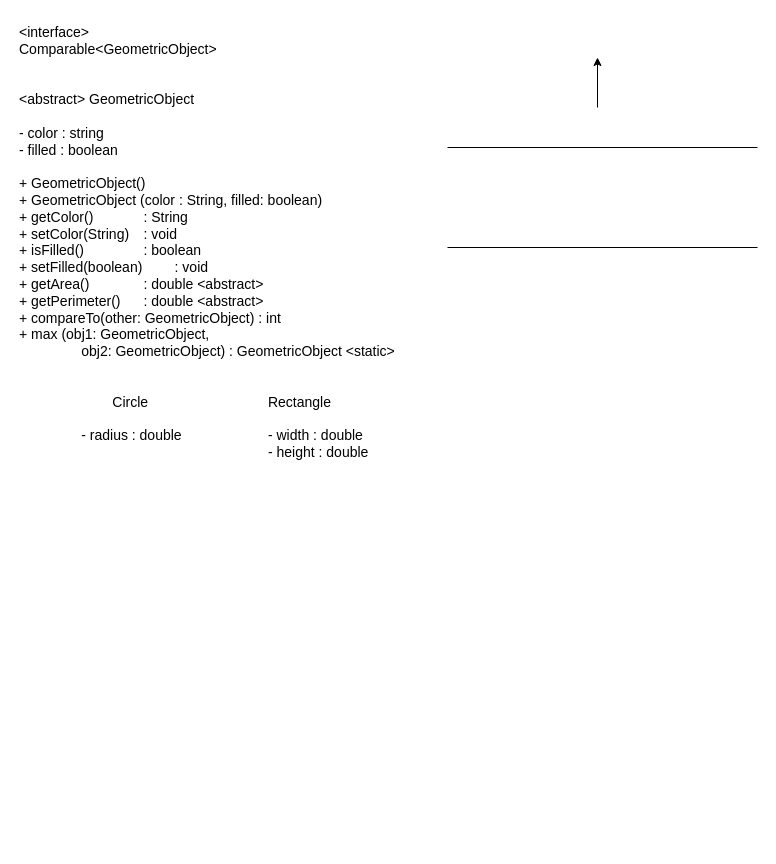
The draw.io diagram Exdercise13_5_UML.drawio in TulayTech/Module_3_Programming_Assignment_2, before the edit. Source tidied: cells renumbered, new cells numbered last; positions are measured from the earlier drawing's top-left corner, leaving out a move shared by most shapes. Both pictures are drawn from the tidied source at 100%, with x=0, y=0 at pixel (17, 17).
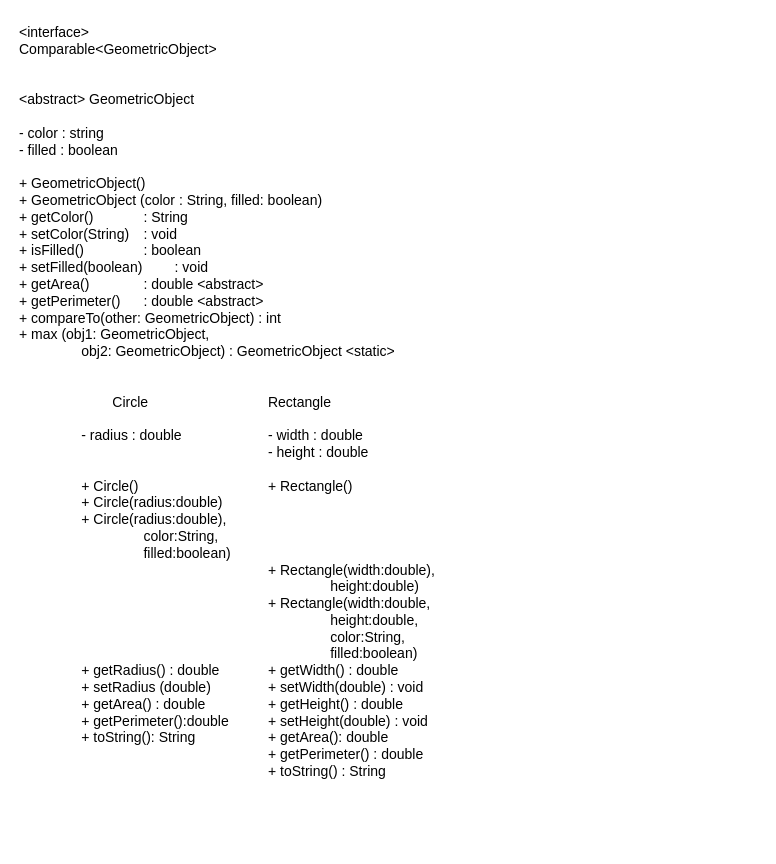
The same page after the edit.

Diff of the diagram source:
```diff
@@
 <mxGraphModel>
   <root>
     <mxCell id="0" />
     <mxCell id="1" parent="0" />
-    <mxCell id="2" value="&amp;lt;interface&amp;gt;&lt;div&gt;Comparable&amp;lt;GeometricObject&amp;gt;&lt;/div&gt;&lt;div&gt;&lt;br&gt;&lt;/div&gt;&lt;div&gt;&lt;br&gt;&lt;/div&gt;&lt;div&gt;&amp;lt;abstract&amp;gt; GeometricObject&lt;/div&gt;&lt;div&gt;&lt;br&gt;&lt;/div&gt;&lt;div&gt;- color : string&lt;/div&gt;&lt;div&gt;- filled : boolean&lt;/div&gt;&lt;div&gt;&lt;br&gt;&lt;/div&gt;&lt;div&gt;+ GeometricObject()&lt;/div&gt;&lt;div&gt;+ GeometricObject (color : String, filled: boolean)&lt;/div&gt;&lt;div&gt;+ getColor()&lt;span style=&quot;white-space: pre;&quot;&gt;&#9;&lt;/span&gt;&lt;span style=&quot;white-space: pre;&quot;&gt;&#9;&lt;/span&gt;: String&lt;/div&gt;&lt;div&gt;+ setColor(String)&lt;span style=&quot;white-space: pre;&quot;&gt;&#9;&lt;/span&gt;: void&lt;/div&gt;&lt;div&gt;+ isFilled()&lt;span style=&quot;white-space: pre;&quot;&gt;&#9;&lt;/span&gt;&lt;span style=&quot;white-space: pre;&quot;&gt;&#9;&lt;/span&gt;: boolean&lt;/div&gt;&lt;div&gt;+ setFilled(boolean)&lt;span style=&quot;white-space: pre;&quot;&gt;&#9;&lt;/span&gt;: void&lt;/div&gt;&lt;div&gt;+ getArea()&lt;span style=&quot;white-space: pre;&quot;&gt;&#9;&lt;/span&gt;&lt;span style=&quot;white-space: pre;&quot;&gt;&#9;&lt;/span&gt;: double &amp;lt;abstract&amp;gt;&lt;/div&gt;&lt;div&gt;+ getPerimeter()&lt;span style=&quot;white-space: pre;&quot;&gt;&#9;&lt;/span&gt;: double &amp;lt;abstract&amp;gt;&lt;/div&gt;&lt;div&gt;+ compareTo(other: GeometricObject) : int&lt;/div&gt;&lt;div&gt;+ max (obj1: GeometricObject,&lt;/div&gt;&lt;div&gt;&lt;span style=&quot;white-space: pre;&quot;&gt;&#9;&lt;/span&gt;&lt;span style=&quot;white-space: pre;&quot;&gt;&#9;&lt;/span&gt;obj2: GeometricObject) : GeometricObject &amp;lt;static&amp;gt;&lt;/div&gt;&lt;div&gt;&lt;br&gt;&lt;/div&gt;&lt;div&gt;&lt;br&gt;&lt;/div&gt;&lt;div&gt;&lt;span style=&quot;white-space: pre;&quot;&gt;&#9;&lt;span style=&quot;white-space: pre;&quot;&gt;&#9;&lt;/span&gt;&lt;span style=&quot;white-space: pre;&quot;&gt;&#9;&lt;/span&gt;Circle&lt;span style=&quot;white-space: pre;&quot;&gt;&#9;&lt;/span&gt;&lt;span style=&quot;white-space: pre;&quot;&gt;&#9;&lt;/span&gt;&lt;span style=&quot;white-space: pre;&quot;&gt;&#9;&lt;/span&gt;&lt;span style=&quot;white-space: pre;&quot;&gt;&#9;&lt;/span&gt;Rectangle&lt;/span&gt;&lt;/div&gt;&lt;div&gt;&lt;br&gt;&lt;/div&gt;&lt;div&gt;&lt;span style=&quot;white-space: pre;&quot;&gt;&#9;&lt;/span&gt;&lt;span style=&quot;white-space: pre;&quot;&gt;&#9;&lt;/span&gt;- radius : double&lt;span style=&quot;white-space: pre;&quot;&gt;&#9;&lt;/span&gt;&lt;span style=&quot;white-space: pre;&quot;&gt;&#9;&lt;/span&gt;&lt;span style=&quot;white-space: pre;&quot;&gt;&#9;&lt;/span&gt;- width : double&lt;/div&gt;&lt;div&gt;&lt;span style=&quot;white-space: pre;&quot;&gt;&#9;&lt;/span&gt;&lt;span style=&quot;white-space: pre;&quot;&gt;&#9;&lt;/span&gt;&lt;span style=&quot;white-space: pre;&quot;&gt;&#9;&lt;/span&gt;&lt;span style=&quot;white-space: pre;&quot;&gt;&#9;&lt;/span&gt;&lt;span style=&quot;white-space: pre;&quot;&gt;&#9;&lt;/span&gt;&lt;span style=&quot;white-space: pre;&quot;&gt;&#9;&lt;/span&gt;&lt;span style=&quot;white-space: pre;&quot;&gt;&#9;&lt;/span&gt;&lt;span style=&quot;white-space: pre;&quot;&gt;&#9;&lt;/span&gt;- height : double&lt;span style=&quot;white-space: pre;&quot;&gt;&#9;&lt;/span&gt;&lt;/div&gt;&lt;div&gt;&lt;br&gt;&lt;/div&gt;&lt;div&gt;&amp;nbsp;&lt;br&gt;&lt;/div&gt;&lt;div&gt;&lt;br&gt;&lt;/div&gt;&lt;div&gt;&lt;br&gt;&lt;/div&gt;" style="text;html=1;whiteSpace=wrap;strokeColor=none;fillColor=none;align=left;verticalAlign=top;rounded=0;fontSize=14;" parent="1" vertex="1">
+    <mxCell id="2" value="&amp;lt;interface&amp;gt;&lt;div&gt;Comparable&amp;lt;GeometricObject&amp;gt;&lt;/div&gt;&lt;div&gt;&lt;br&gt;&lt;/div&gt;&lt;div&gt;&lt;br&gt;&lt;/div&gt;&lt;div&gt;&amp;lt;abstract&amp;gt; GeometricObject&lt;/div&gt;&lt;div&gt;&lt;br&gt;&lt;/div&gt;&lt;div&gt;- color : string&lt;/div&gt;&lt;div&gt;- filled : boolean&lt;/div&gt;&lt;div&gt;&lt;br&gt;&lt;/div&gt;&lt;div&gt;+ GeometricObject()&lt;/div&gt;&lt;div&gt;+ GeometricObject (color : String, filled: boolean)&lt;/div&gt;&lt;div&gt;+ getColor()&lt;span style=&quot;white-space: pre;&quot;&gt;&#9;&lt;/span&gt;&lt;span style=&quot;white-space: pre;&quot;&gt;&#9;&lt;/span&gt;: String&lt;/div&gt;&lt;div&gt;+ setColor(String)&lt;span style=&quot;white-space: pre;&quot;&gt;&#9;&lt;/span&gt;: void&lt;/div&gt;&lt;div&gt;+ isFilled()&lt;span style=&quot;white-space: pre;&quot;&gt;&#9;&lt;/span&gt;&lt;span style=&quot;white-space: pre;&quot;&gt;&#9;&lt;/span&gt;: boolean&lt;/div&gt;&lt;div&gt;+ setFilled(boolean)&lt;span style=&quot;white-space: pre;&quot;&gt;&#9;&lt;/span&gt;: void&lt;/div&gt;&lt;div&gt;+ getArea()&lt;span style=&quot;white-space: pre;&quot;&gt;&#9;&lt;/span&gt;&lt;span style=&quot;white-space: pre;&quot;&gt;&#9;&lt;/span&gt;: double &amp;lt;abstract&amp;gt;&lt;/div&gt;&lt;div&gt;+ getPerimeter()&lt;span style=&quot;white-space: pre;&quot;&gt;&#9;&lt;/span&gt;: double &amp;lt;abstract&amp;gt;&lt;/div&gt;&lt;div&gt;+ compareTo(other: GeometricObject) : int&lt;/div&gt;&lt;div&gt;+ max (obj1: GeometricObject,&lt;/div&gt;&lt;div&gt;&lt;span style=&quot;white-space: pre;&quot;&gt;&#9;&lt;/span&gt;&lt;span style=&quot;white-space: pre;&quot;&gt;&#9;&lt;/span&gt;obj2: GeometricObject) : GeometricObject &amp;lt;static&amp;gt;&lt;/div&gt;&lt;div&gt;&lt;br&gt;&lt;/div&gt;&lt;div&gt;&lt;br&gt;&lt;/div&gt;&lt;div&gt;&lt;span style=&quot;white-space: pre;&quot;&gt;&#9;&lt;span style=&quot;white-space: pre;&quot;&gt;&#9;&lt;/span&gt;&lt;span style=&quot;white-space: pre;&quot;&gt;&#9;&lt;/span&gt;Circle&lt;span style=&quot;white-space: pre;&quot;&gt;&#9;&lt;/span&gt;&lt;span style=&quot;white-space: pre;&quot;&gt;&#9;&lt;/span&gt;&lt;span style=&quot;white-space: pre;&quot;&gt;&#9;&lt;/span&gt;&lt;span style=&quot;white-space: pre;&quot;&gt;&#9;&lt;/span&gt;Rectangle&lt;/span&gt;&lt;/div&gt;&lt;div&gt;&lt;br&gt;&lt;/div&gt;&lt;div&gt;&lt;span style=&quot;white-space: pre;&quot;&gt;&#9;&lt;/span&gt;&lt;span style=&quot;white-space: pre;&quot;&gt;&#9;&lt;/span&gt;- radius : double&lt;span style=&quot;white-space: pre;&quot;&gt;&#9;&lt;/span&gt;&lt;span style=&quot;white-space: pre;&quot;&gt;&#9;&lt;/span&gt;&lt;span style=&quot;white-space: pre;&quot;&gt;&#9;&lt;/span&gt;- width : double&lt;/div&gt;&lt;div&gt;&lt;span style=&quot;white-space: pre;&quot;&gt;&#9;&lt;/span&gt;&lt;span style=&quot;white-space: pre;&quot;&gt;&#9;&lt;/span&gt;&lt;span style=&quot;white-space: pre;&quot;&gt;&#9;&lt;/span&gt;&lt;span style=&quot;white-space: pre;&quot;&gt;&#9;&lt;/span&gt;&lt;span style=&quot;white-space: pre;&quot;&gt;&#9;&lt;/span&gt;&lt;span style=&quot;white-space: pre;&quot;&gt;&#9;&lt;/span&gt;&lt;span style=&quot;white-space: pre;&quot;&gt;&#9;&lt;/span&gt;&lt;span style=&quot;white-space: pre;&quot;&gt;&#9;&lt;/span&gt;- height : double&lt;span style=&quot;white-space: pre;&quot;&gt;&#9;&lt;/span&gt;&lt;/div&gt;&lt;div&gt;&lt;br&gt;&lt;/div&gt;&lt;div&gt;&amp;nbsp;&lt;span style=&quot;white-space: pre;&quot;&gt;&#9;&lt;/span&gt;&lt;span style=&quot;white-space: pre;&quot;&gt;&#9;&lt;/span&gt;+ Circle()&lt;span style=&quot;white-space: pre;&quot;&gt;&#9;&lt;/span&gt;&lt;span style=&quot;white-space: pre;&quot;&gt;&#9;&lt;/span&gt;&lt;span style=&quot;white-space: pre;&quot;&gt;&#9;&lt;/span&gt;&lt;span style=&quot;white-space: pre;&quot;&gt;&#9;&lt;/span&gt;&lt;span style=&quot;white-space: pre;&quot;&gt;&#9;&lt;/span&gt;+ Rectangle()&lt;br&gt;&lt;/div&gt;&lt;div&gt;&lt;span style=&quot;white-space: pre;&quot;&gt;&#9;&lt;/span&gt;&lt;span style=&quot;white-space: pre;&quot;&gt;&#9;&lt;/span&gt;+ Circle(radius:double)&lt;br&gt;&lt;/div&gt;&lt;div&gt;&lt;span style=&quot;white-space: pre;&quot;&gt;&#9;&lt;/span&gt;&lt;span style=&quot;white-space: pre;&quot;&gt;&#9;&lt;/span&gt;+ Circle(radius:double),&lt;br&gt;&lt;/div&gt;&lt;div&gt;&lt;span style=&quot;white-space: pre;&quot;&gt;&#9;&lt;/span&gt;&lt;span style=&quot;white-space: pre;&quot;&gt;&#9;&lt;/span&gt;&lt;span style=&quot;white-space: pre;&quot;&gt;&#9;&lt;/span&gt;&lt;span style=&quot;white-space: pre;&quot;&gt;&#9;&lt;/span&gt;color:String,&lt;br&gt;&lt;/div&gt;&lt;div&gt;&lt;span style=&quot;white-space: pre;&quot;&gt;&#9;&lt;/span&gt;&lt;span style=&quot;white-space: pre;&quot;&gt;&#9;&lt;/span&gt;&lt;span style=&quot;white-space: pre;&quot;&gt;&#9;&lt;/span&gt;&lt;span style=&quot;white-space: pre;&quot;&gt;&#9;&lt;/span&gt;filled:boolean)&lt;br&gt;&lt;/div&gt;&lt;div&gt;&lt;span style=&quot;white-space: pre;&quot;&gt;&#9;&lt;/span&gt;&lt;span style=&quot;white-space: pre;&quot;&gt;&#9;&lt;/span&gt;&lt;span style=&quot;white-space: pre;&quot;&gt;&#9;&lt;/span&gt;&lt;span style=&quot;white-space: pre;&quot;&gt;&#9;&lt;/span&gt;&lt;span style=&quot;white-space: pre;&quot;&gt;&#9;&lt;/span&gt;&lt;span style=&quot;white-space: pre;&quot;&gt;&#9;&lt;/span&gt;&lt;span style=&quot;white-space: pre;&quot;&gt;&#9;&lt;/span&gt;&lt;span style=&quot;white-space: pre;&quot;&gt;&#9;&lt;/span&gt;+ Rectangle(width:double),&lt;br&gt;&lt;/div&gt;&lt;div&gt;&lt;span style=&quot;white-space: pre;&quot;&gt;&#9;&lt;/span&gt;&lt;span style=&quot;white-space: pre;&quot;&gt;&#9;&lt;/span&gt;&lt;span style=&quot;white-space: pre;&quot;&gt;&#9;&lt;/span&gt;&lt;span style=&quot;white-space: pre;&quot;&gt;&#9;&lt;/span&gt;&lt;span style=&quot;white-space: pre;&quot;&gt;&#9;&lt;/span&gt;&lt;span style=&quot;white-space: pre;&quot;&gt;&#9;&lt;/span&gt;&lt;span style=&quot;white-space: pre;&quot;&gt;&#9;&lt;/span&gt;&lt;span style=&quot;white-space: pre;&quot;&gt;&#9;&lt;/span&gt;&lt;span style=&quot;white-space: pre;&quot;&gt;&#9;&lt;/span&gt;&lt;span style=&quot;white-space: pre;&quot;&gt;&#9;&lt;/span&gt;height:double)&lt;br&gt;&lt;/div&gt;&lt;div&gt;&lt;span style=&quot;white-space: pre;&quot;&gt;&#9;&lt;/span&gt;&lt;span style=&quot;white-space: pre;&quot;&gt;&#9;&lt;/span&gt;&lt;span style=&quot;white-space: pre;&quot;&gt;&#9;&lt;/span&gt;&lt;span style=&quot;white-space: pre;&quot;&gt;&#9;&lt;/span&gt;&lt;span style=&quot;white-space: pre;&quot;&gt;&#9;&lt;/span&gt;&lt;span style=&quot;white-space: pre;&quot;&gt;&#9;&lt;/span&gt;&lt;span style=&quot;white-space: pre;&quot;&gt;&#9;&lt;/span&gt;&lt;span style=&quot;white-space: pre;&quot;&gt;&#9;&lt;/span&gt;+ Rectangle(width:double,&lt;br&gt;&lt;/div&gt;&lt;div&gt;&lt;span style=&quot;white-space: pre;&quot;&gt;&#9;&lt;/span&gt;&lt;span style=&quot;white-space: pre;&quot;&gt;&#9;&lt;/span&gt;&lt;span style=&quot;white-space: pre;&quot;&gt;&#9;&lt;/span&gt;&lt;span style=&quot;white-space: pre;&quot;&gt;&#9;&lt;/span&gt;&lt;span style=&quot;white-space: pre;&quot;&gt;&#9;&lt;/span&gt;&lt;span style=&quot;white-space: pre;&quot;&gt;&#9;&lt;/span&gt;&lt;span style=&quot;white-space: pre;&quot;&gt;&#9;&lt;/span&gt;&lt;span style=&quot;white-space: pre;&quot;&gt;&#9;&lt;/span&gt;&lt;span style=&quot;white-space: pre;&quot;&gt;&#9;&lt;/span&gt;&lt;span style=&quot;white-space: pre;&quot;&gt;&#9;&lt;/span&gt;height:double,&lt;br&gt;&lt;/div&gt;&lt;div&gt;&lt;span style=&quot;white-space: pre;&quot;&gt;&#9;&lt;/span&gt;&lt;span style=&quot;white-space: pre;&quot;&gt;&#9;&lt;/span&gt;&lt;span style=&quot;white-space: pre;&quot;&gt;&#9;&lt;/span&gt;&lt;span style=&quot;white-space: pre;&quot;&gt;&#9;&lt;/span&gt;&lt;span style=&quot;white-space: pre;&quot;&gt;&#9;&lt;/span&gt;&lt;span style=&quot;white-space: pre;&quot;&gt;&#9;&lt;/span&gt;&lt;span style=&quot;white-space: pre;&quot;&gt;&#9;&lt;/span&gt;&lt;span style=&quot;white-space: pre;&quot;&gt;&#9;&lt;/span&gt;&lt;span style=&quot;white-space: pre;&quot;&gt;&#9;&lt;/span&gt;&lt;span style=&quot;white-space: pre;&quot;&gt;&#9;&lt;/span&gt;color:String,&lt;br&gt;&lt;/div&gt;&lt;div&gt;&lt;span style=&quot;white-space: pre;&quot;&gt;&#9;&lt;/span&gt;&lt;span style=&quot;white-space: pre;&quot;&gt;&#9;&lt;/span&gt;&lt;span style=&quot;white-space: pre;&quot;&gt;&#9;&lt;/span&gt;&lt;span style=&quot;white-space: pre;&quot;&gt;&#9;&lt;/span&gt;&lt;span style=&quot;white-space: pre;&quot;&gt;&#9;&lt;/span&gt;&lt;span style=&quot;white-space: pre;&quot;&gt;&#9;&lt;/span&gt;&lt;span style=&quot;white-space: pre;&quot;&gt;&#9;&lt;/span&gt;&lt;span style=&quot;white-space: pre;&quot;&gt;&#9;&lt;/span&gt;&lt;span style=&quot;white-space: pre;&quot;&gt;&#9;&lt;/span&gt;&lt;span style=&quot;white-space: pre;&quot;&gt;&#9;&lt;/span&gt;filled:boolean)&lt;br&gt;&lt;/div&gt;&lt;div&gt;&lt;span style=&quot;white-space: pre;&quot;&gt;&#9;&lt;/span&gt;&lt;span style=&quot;white-space: pre;&quot;&gt;&#9;&lt;/span&gt;+ getRadius() : double&amp;nbsp;&lt;span style=&quot;white-space: pre;&quot;&gt;&#9;&lt;/span&gt;&lt;span style=&quot;white-space: pre;&quot;&gt;&#9;&lt;/span&gt;+ getWidth() : double&lt;br&gt;&lt;/div&gt;&lt;div&gt;&lt;span style=&quot;white-space: pre;&quot;&gt;&#9;&lt;/span&gt;&lt;span style=&quot;white-space: pre;&quot;&gt;&#9;&lt;/span&gt;+ setRadius (double)&lt;span style=&quot;white-space: pre;&quot;&gt;&#9;&lt;/span&gt;&lt;span style=&quot;white-space: pre;&quot;&gt;&#9;&lt;/span&gt;+ setWidth(double) : void&lt;br&gt;&lt;/div&gt;&lt;div&gt;&lt;span style=&quot;white-space: pre;&quot;&gt;&#9;&lt;/span&gt;&lt;span style=&quot;white-space: pre;&quot;&gt;&#9;&lt;/span&gt;+ getArea() : double&lt;span style=&quot;white-space: pre;&quot;&gt;&#9;&lt;/span&gt;&lt;span style=&quot;white-space: pre;&quot;&gt;&#9;&lt;/span&gt;+ getHeight() : double&lt;br&gt;&lt;/div&gt;&lt;div&gt;&lt;span style=&quot;white-space: pre;&quot;&gt;&#9;&lt;/span&gt;&lt;span style=&quot;white-space: pre;&quot;&gt;&#9;&lt;/span&gt;+ getPerimeter():double&lt;span style=&quot;white-space: pre;&quot;&gt;&#9;&lt;/span&gt;&lt;span style=&quot;white-space: pre;&quot;&gt;&#9;&lt;/span&gt;+ setHeight(double) : void&lt;br&gt;&lt;/div&gt;&lt;div&gt;&lt;span style=&quot;white-space: pre;&quot;&gt;&#9;&lt;/span&gt;&lt;span style=&quot;white-space: pre;&quot;&gt;&#9;&lt;/span&gt;+ toString(): String&lt;span style=&quot;white-space: pre;&quot;&gt;&#9;&lt;/span&gt;&lt;span style=&quot;white-space: pre;&quot;&gt;&#9;&lt;/span&gt;&lt;span style=&quot;white-space: pre;&quot;&gt;&#9;&lt;/span&gt;+ getArea(): double&lt;br&gt;&lt;/div&gt;&lt;div&gt;&lt;span style=&quot;white-space: pre;&quot;&gt;&#9;&lt;/span&gt;&lt;span style=&quot;white-space: pre;&quot;&gt;&#9;&lt;/span&gt;&lt;span style=&quot;white-space: pre;&quot;&gt;&#9;&lt;/span&gt;&lt;span style=&quot;white-space: pre;&quot;&gt;&#9;&lt;/span&gt;&lt;span style=&quot;white-space: pre;&quot;&gt;&#9;&lt;/span&gt;&lt;span style=&quot;white-space: pre;&quot;&gt;&#9;&lt;/span&gt;&lt;span style=&quot;white-space: pre;&quot;&gt;&#9;&lt;/span&gt;&lt;span style=&quot;white-space: pre;&quot;&gt;&#9;&lt;/span&gt;+ getPerimeter() : double&lt;br&gt;&lt;/div&gt;&lt;div&gt;&lt;span style=&quot;white-space: pre;&quot;&gt;&#9;&lt;/span&gt;&lt;span style=&quot;white-space: pre;&quot;&gt;&#9;&lt;/span&gt;&lt;span style=&quot;white-space: pre;&quot;&gt;&#9;&lt;/span&gt;&lt;span style=&quot;white-space: pre;&quot;&gt;&#9;&lt;/span&gt;&lt;span style=&quot;white-space: pre;&quot;&gt;&#9;&lt;/span&gt;&lt;span style=&quot;white-space: pre;&quot;&gt;&#9;&lt;/span&gt;&lt;span style=&quot;white-space: pre;&quot;&gt;&#9;&lt;/span&gt;&lt;span style=&quot;white-space: pre;&quot;&gt;&#9;&lt;/span&gt;+ toString() : String&lt;br&gt;&lt;/div&gt;&lt;div&gt;&lt;br&gt;&lt;/div&gt;" style="text;html=1;whiteSpace=wrap;strokeColor=none;fillColor=none;align=left;verticalAlign=top;rounded=0;fontSize=14;" parent="1" vertex="1">
       <mxGeometry width="420" height="830" as="geometry" />
     </mxCell>
-    <mxCell id="3" style="endArrow=classic;html=1;rounded=0;" parent="1" edge="1">
-      <mxGeometry relative="1" as="geometry">
-        <mxPoint x="580" y="90" as="sourcePoint" />
-        <mxPoint x="580" y="40" as="targetPoint" />
-      </mxGeometry>
-    </mxCell>
-    <mxCell id="4" style="endArrow=none;html=1;rounded=0;" parent="1" edge="1">
-      <mxGeometry relative="1" as="geometry">
-        <mxPoint x="430" y="230" as="sourcePoint" />
-        <mxPoint x="740" y="230" as="targetPoint" />
-      </mxGeometry>
-    </mxCell>
-    <mxCell id="5" style="endArrow=none;html=1;rounded=0;" parent="1" edge="1">
-      <mxGeometry relative="1" as="geometry">
-        <mxPoint x="430" y="130" as="sourcePoint" />
-        <mxPoint x="740" y="130" as="targetPoint" />
-      </mxGeometry>
-    </mxCell>
   </root>
 </mxGraphModel>
```
